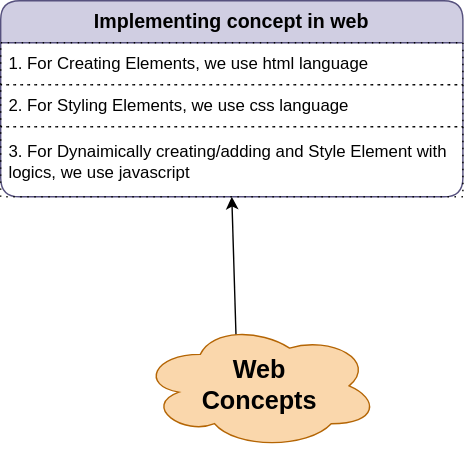
The draw.io diagram apps/browser/website/web-concept/web-concept.svg in knkrn5/Programming-Concepts, before a commit. Source tidied: cells renumbered, new cells last; positions are measured from the earlier drawing's top-left corner, leaving out a move shared by most shapes.
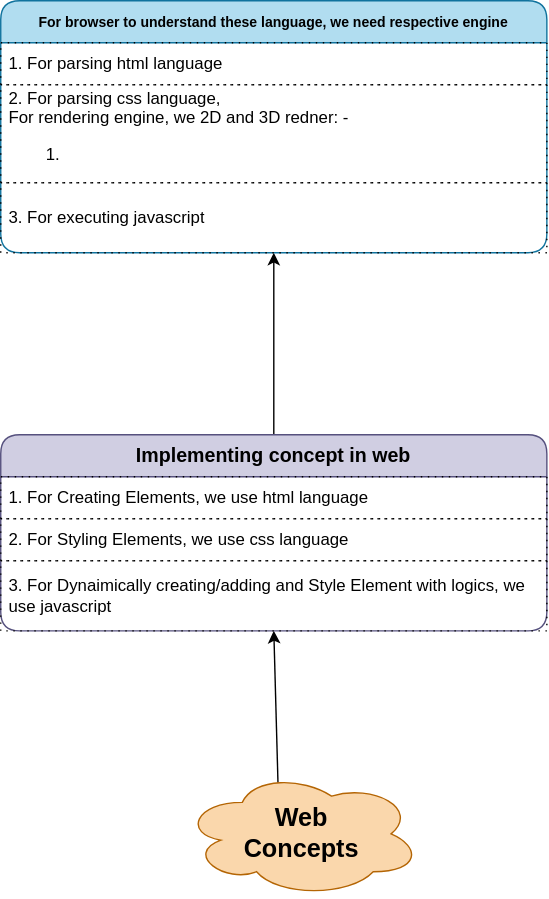
Above is the later version.

What changed in the source:
```diff
@@ -8,17 +8,32 @@
     <mxCell id="3" value="&lt;b&gt;&lt;font style=&quot;font-size: 18px;&quot;&gt;Web&lt;br&gt;Concepts&lt;/font&gt;&lt;/b&gt;" style="ellipse;shape=cloud;whiteSpace=wrap;html=1;fillColor=#fad7ac;strokeColor=#b46504;" parent="1" vertex="1">
       <mxGeometry x="100" y="230" width="170" height="90" as="geometry" />
     </mxCell>
+    <mxCell id="8" style="edgeStyle=none;html=1;exitX=0.5;exitY=0;exitDx=0;exitDy=0;entryX=0.5;entryY=1;entryDx=0;entryDy=0;" parent="1" edge="1" source="4" target="9">
+      <mxGeometry relative="1" as="geometry" />
+    </mxCell>
     <mxCell id="4" value="&lt;span style=&quot;font-size: 14px;&quot;&gt;&lt;b&gt;Implementing concept in web&lt;/b&gt;&lt;/span&gt;" style="swimlane;fontStyle=0;horizontal=1;startSize=30;whiteSpace=wrap;html=1;rounded=1;fillColor=#d0cee2;strokeColor=#56517e;" parent="1" vertex="1">
-      <mxGeometry width="330" height="140" as="geometry" />
+      <mxGeometry x="-30" y="-10" width="390" height="140" as="geometry" />
     </mxCell>
     <mxCell id="5" value="1. For Creating Elements, we use html language" style="text;strokeColor=default;fillColor=none;align=left;verticalAlign=middle;spacingLeft=4;spacingRight=4;overflow=hidden;whiteSpace=wrap;html=1;dashed=1;dashPattern=1 4;" parent="4" vertex="1">
-      <mxGeometry y="30" width="330" height="30" as="geometry" />
+      <mxGeometry y="30" width="390" height="30" as="geometry" />
     </mxCell>
     <mxCell id="6" value="2. For Styling Elements, we use css language" style="text;strokeColor=default;fillColor=none;align=left;verticalAlign=middle;spacingLeft=4;spacingRight=4;overflow=hidden;whiteSpace=wrap;html=1;dashed=1;dashPattern=1 4;" parent="4" vertex="1">
-      <mxGeometry y="60" width="330" height="30" as="geometry" />
+      <mxGeometry y="60" width="390" height="30" as="geometry" />
     </mxCell>
     <mxCell id="7" value="3. For Dynaimically creating/adding and Style Element with logics, we use javascript" style="text;strokeColor=default;fillColor=none;align=left;verticalAlign=middle;spacingLeft=4;spacingRight=4;overflow=hidden;whiteSpace=wrap;html=1;dashed=1;dashPattern=1 4;" parent="4" vertex="1">
-      <mxGeometry y="90" width="330" height="50" as="geometry" />
+      <mxGeometry y="90" width="390" height="50" as="geometry" />
     </mxCell>
+    <mxCell id="9" value="&lt;b&gt;&lt;font style=&quot;color: light-dark(rgb(0, 0, 0), rgb(255, 255, 255)); font-size: 10px;&quot;&gt;For browser to understand these language, we need respective engine&lt;/font&gt;&lt;/b&gt;" style="swimlane;fontStyle=0;horizontal=1;startSize=30;whiteSpace=wrap;html=1;rounded=1;fillColor=#b1ddf0;strokeColor=#10739e;" parent="1" vertex="1">
+      <mxGeometry x="-30" y="-320" width="390" height="180" as="geometry" />
+    </mxCell>
+    <mxCell id="10" value="1. For parsing html language" style="text;strokeColor=default;fillColor=none;align=left;verticalAlign=middle;spacingLeft=4;spacingRight=4;overflow=hidden;whiteSpace=wrap;html=1;dashed=1;dashPattern=1 4;" parent="9" vertex="1">
+      <mxGeometry y="30" width="390" height="30" as="geometry" />
+    </mxCell>
+    <mxCell id="11" value="&lt;span style=&quot;color: light-dark(rgb(0, 0, 0), rgb(255, 255, 255));&quot;&gt;2. For parsing css language,&lt;/span&gt;&lt;div&gt;&lt;span style=&quot;color: light-dark(rgb(0, 0, 0), rgb(255, 255, 255));&quot;&gt;For rendering engine, we 2D and 3D redner: -&amp;nbsp;&lt;/span&gt;&lt;/div&gt;&lt;div&gt;&lt;ol&gt;&lt;li&gt;&lt;br&gt;&lt;/li&gt;&lt;/ol&gt;&lt;/div&gt;" style="text;strokeColor=default;fillColor=none;align=left;verticalAlign=middle;spacingLeft=4;spacingRight=4;overflow=hidden;whiteSpace=wrap;html=1;dashed=1;dashPattern=1 4;" parent="9" vertex="1">
+      <mxGeometry y="60" width="390" height="70" as="geometry" />
+    </mxCell>
+    <mxCell id="12" value="3. For executing javascript" style="text;strokeColor=default;fillColor=none;align=left;verticalAlign=middle;spacingLeft=4;spacingRight=4;overflow=hidden;whiteSpace=wrap;html=1;dashed=1;dashPattern=1 4;" parent="9" vertex="1">
+      <mxGeometry y="130" width="390" height="50" as="geometry" />
+    </mxCell>
   </root>
 </mxGraphModel>
```
